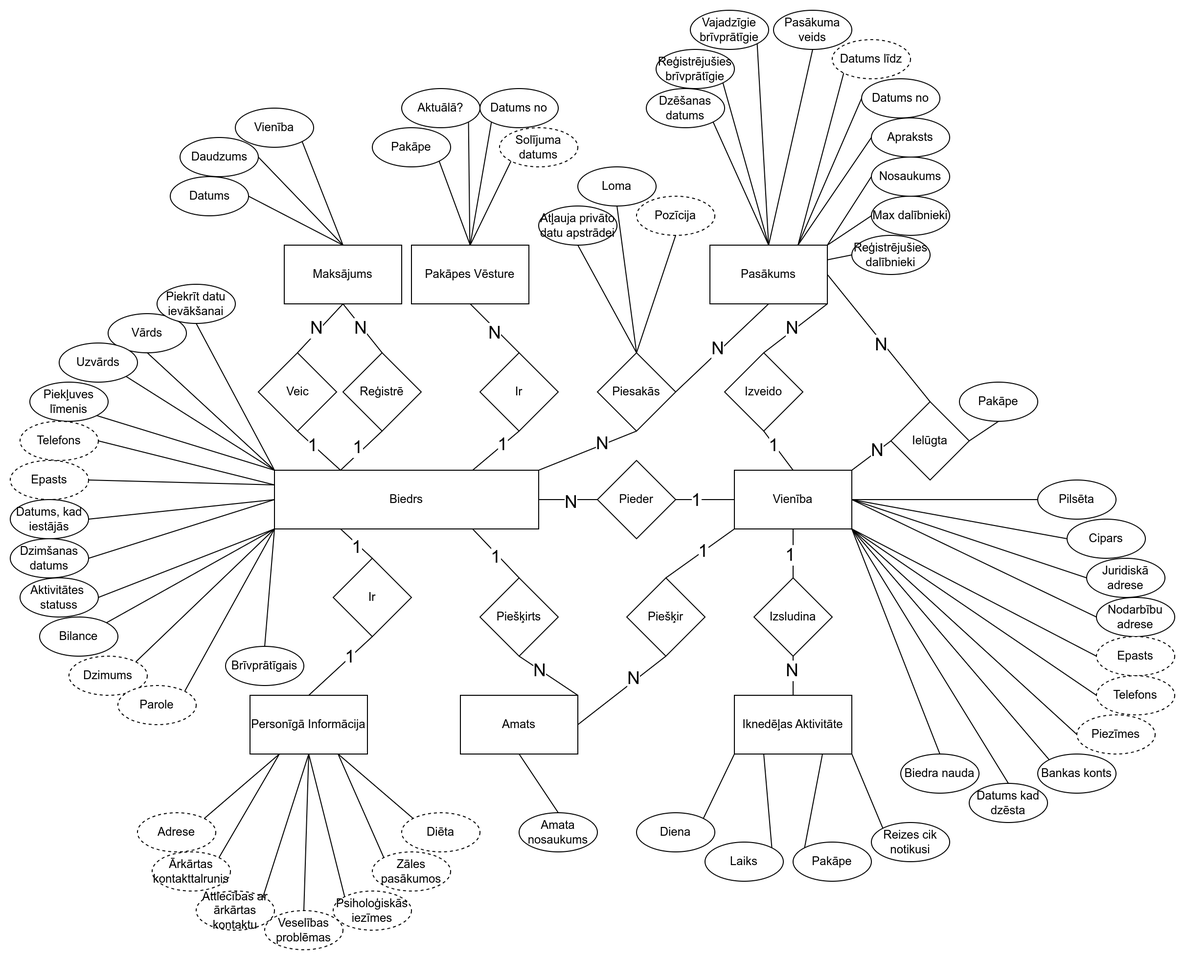
Earlier version of the draw.io export Documentation/DB_konceptuala_diagramma.png (JekabsVanags/LSGCO_IS). Source tidied: cells renumbered, new cells last; positions are measured from the earlier drawing's top-left corner, leaving out a move shared by most shapes.
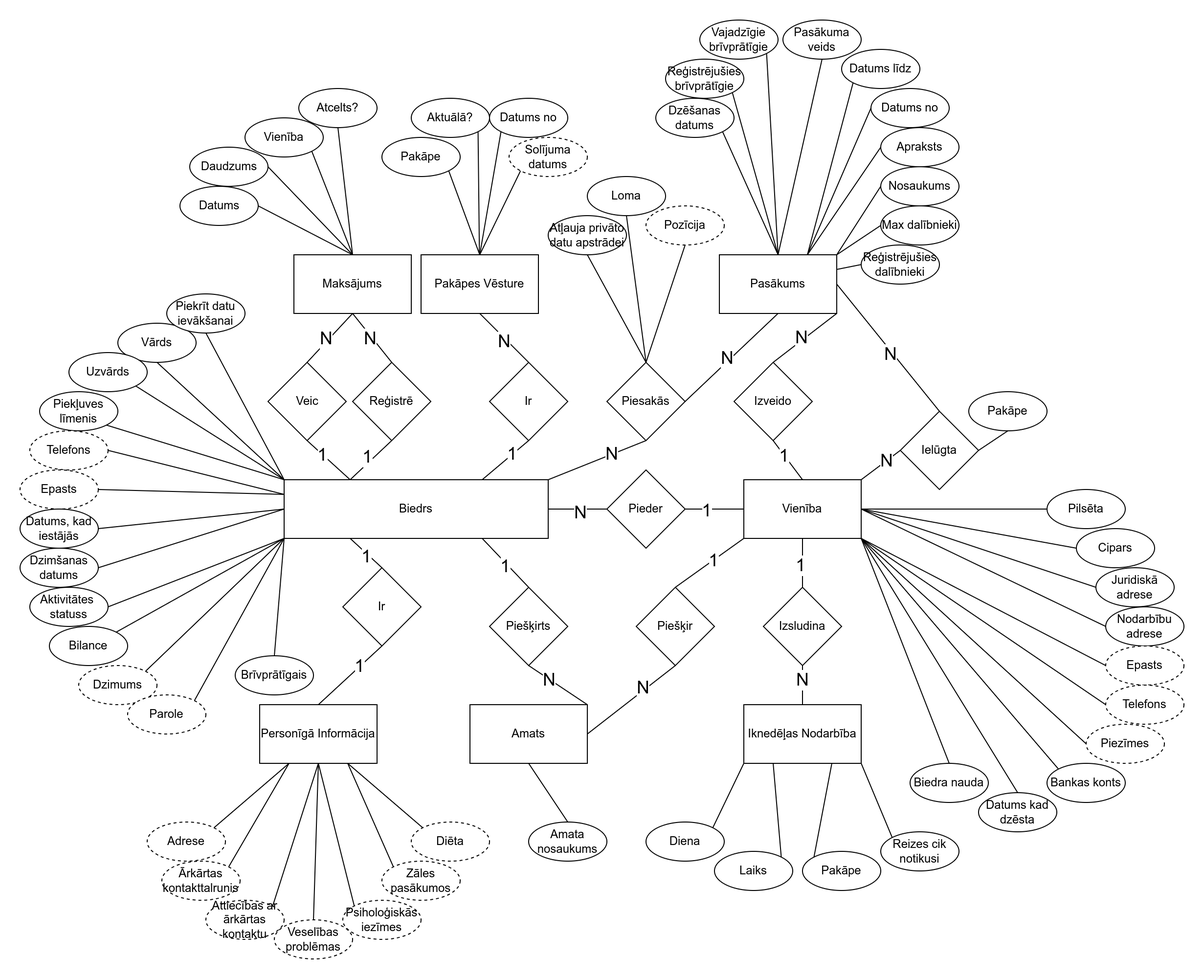
Later version of the same file.

The edit, as a diff of the source:
```diff
@@ -32,7 +32,7 @@
     <mxCell id="11" value="Vienība" style="rounded=0;whiteSpace=wrap;html=1;" parent="1" vertex="1">
       <mxGeometry x="740" y="470" width="120" height="60" as="geometry" />
     </mxCell>
-    <mxCell id="12" value="Iknedēļas Aktivitāte" style="rounded=0;whiteSpace=wrap;html=1;" parent="1" vertex="1">
+    <mxCell id="12" value="Iknedēļas Nodarbība" style="rounded=0;whiteSpace=wrap;html=1;" parent="1" vertex="1">
       <mxGeometry x="740" y="700" width="120" height="60" as="geometry" />
     </mxCell>
     <mxCell id="13" value="Pasākums" style="rounded=0;whiteSpace=wrap;html=1;" parent="1" vertex="1">
@@ -443,7 +443,7 @@
     <mxCell id="138" style="edgeStyle=none;shape=connector;rounded=0;jettySize=auto;html=1;exitX=0;exitY=1;exitDx=0;exitDy=0;labelBackgroundColor=default;strokeColor=default;align=center;verticalAlign=middle;fontFamily=Helvetica;fontSize=11;fontColor=default;endArrow=none;endFill=0;entryX=0.75;entryY=0;entryDx=0;entryDy=0;" parent="1" edge="1" source="139" target="13">
       <mxGeometry relative="1" as="geometry" />
     </mxCell>
-    <mxCell id="139" value="Datums līdz" style="ellipse;whiteSpace=wrap;html=1;dashed=1;" parent="1" vertex="1">
+    <mxCell id="139" value="Datums līdz" style="ellipse;whiteSpace=wrap;html=1;" parent="1" vertex="1">
       <mxGeometry x="840" y="30" width="80" height="40" as="geometry" />
     </mxCell>
     <mxCell id="140" style="edgeStyle=none;shape=connector;rounded=0;jettySize=auto;html=1;exitX=0.5;exitY=1;exitDx=0;exitDy=0;entryX=0.5;entryY=0;entryDx=0;entryDy=0;labelBackgroundColor=default;strokeColor=default;align=center;verticalAlign=middle;fontFamily=Helvetica;fontSize=11;fontColor=default;endArrow=none;endFill=0;" parent="1" edge="1" source="141" target="13">
@@ -570,5 +570,13 @@
     <mxCell id="177" value="Brīvprātīgais" style="ellipse;whiteSpace=wrap;html=1;" parent="1" vertex="1">
       <mxGeometry x="220" y="650" width="80" height="40" as="geometry" />
     </mxCell>
+    <mxCell id="178" value="Atcelts?" style="ellipse;whiteSpace=wrap;html=1;" parent="1" vertex="1">
+      <mxGeometry x="285" y="70" width="80" height="40" as="geometry" />
+    </mxCell>
+    <mxCell id="179" style="edgeStyle=none;shape=connector;rounded=0;jettySize=auto;html=1;exitX=0.5;exitY=1;exitDx=0;exitDy=0;labelBackgroundColor=default;strokeColor=default;align=center;verticalAlign=middle;fontFamily=Helvetica;fontSize=11;fontColor=default;endArrow=none;endFill=0;" parent="1" edge="1" source="178">
+      <mxGeometry relative="1" as="geometry">
+        <mxPoint x="340" y="240" as="targetPoint" />
+      </mxGeometry>
+    </mxCell>
   </root>
 </mxGraphModel>
```
